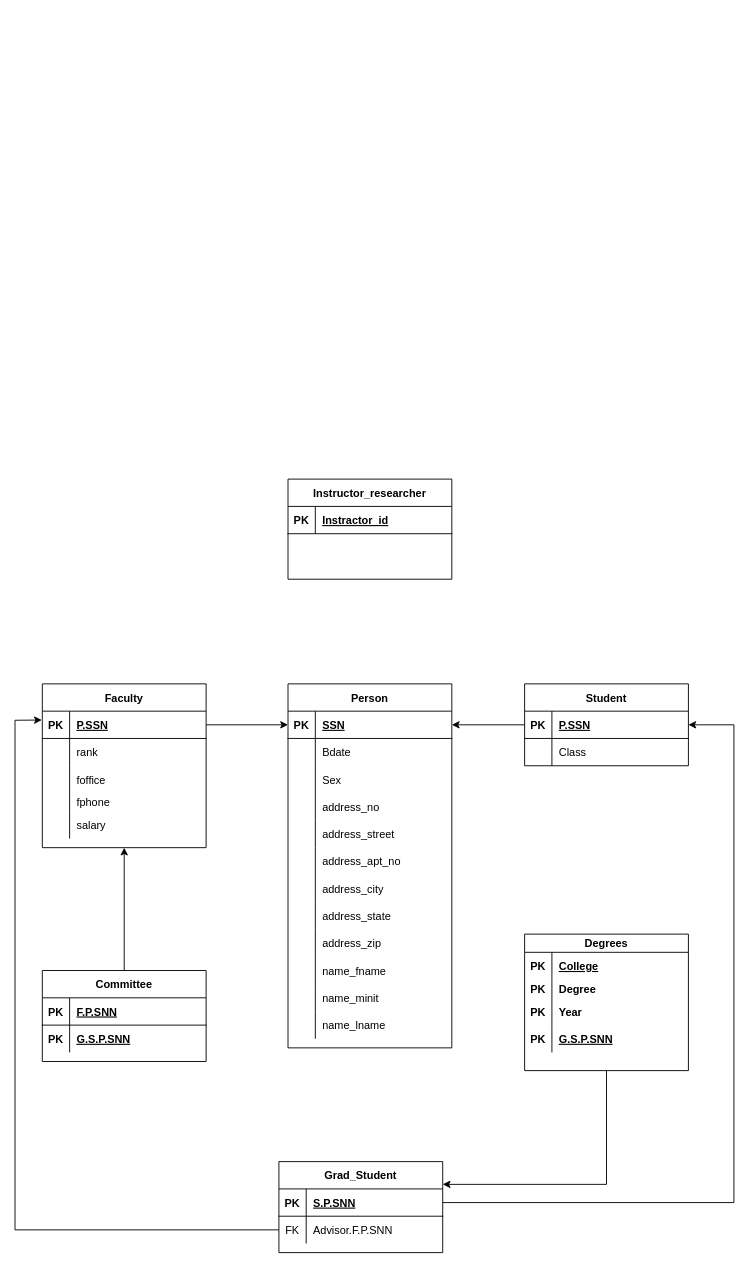
The draw.io diagram Untitled Diagram.drawio in maxwell882000/Diagram, before the edit. Source tidied: cells renumbered, new cells numbered last; positions are measured from the earlier drawing's top-left corner, leaving out a move shared by most shapes. Both pictures are drawn from the tidied source at 91%, with x=0, y=0 at pixel (15, 479).
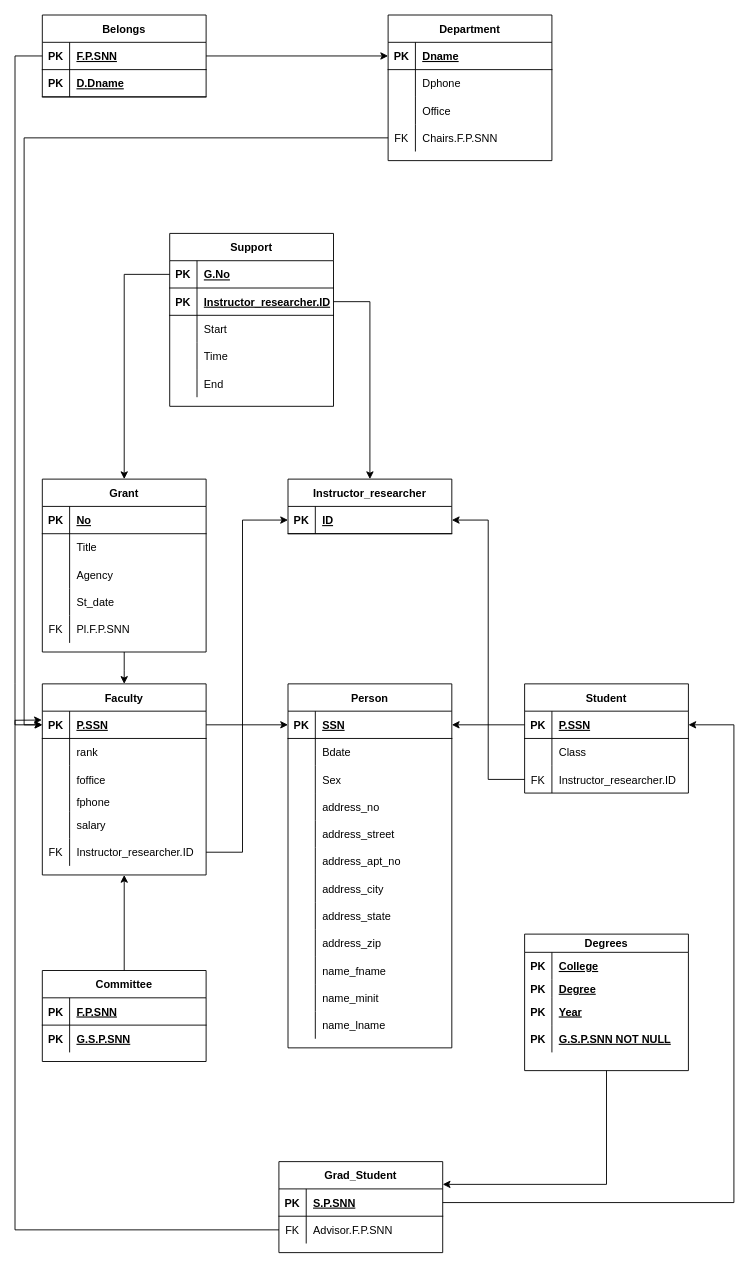
The same page after the edit.

The change refers to these unchanged cells:
```xml
<mxCell id="41" style="shape=tableRow;horizontal=0;startSize=0;swimlaneHead=0;swimlaneBody=0;fillColor=none;points=[[0,0.5],[1,0.5]];portConstraint=eastwest;top=0;left=0;right=0;bottom=1;" parent="40" vertex="1">
  <mxGeometry y="30" width="180" height="30" as="geometry" />
</mxCell>
<mxCell id="85" style="shape=tableRow;horizontal=0;startSize=0;swimlaneHead=0;swimlaneBody=0;fillColor=none;top=0;left=0;right=0;bottom=0;" parent="81" vertex="1">
  <mxGeometry y="50" width="180" height="20" as="geometry" />
</mxCell>
<mxCell id="88" style="shape=tableRow;horizontal=0;startSize=0;swimlaneHead=0;swimlaneBody=0;fillColor=none;top=0;left=0;right=0;bottom=0;" parent="81" vertex="1">
  <mxGeometry y="70" width="180" height="30" as="geometry" />
</mxCell>
<mxCell id="91" style="shape=tableRow;horizontal=0;startSize=0;swimlaneHead=0;swimlaneBody=0;fillColor=none;top=0;left=0;right=0;bottom=0;" parent="81" vertex="1">
  <mxGeometry y="100" width="180" height="30" as="geometry" />
</mxCell>
<mxCell id="96" style="shape=tableRow;horizontal=0;startSize=0;swimlaneHead=0;swimlaneBody=0;fillColor=none;points=[[0,0.5],[1,0.5]];portConstraint=eastwest;top=0;left=0;right=0;bottom=1;" parent="95" vertex="1">
  <mxGeometry y="30" width="180" height="30" as="geometry" />
</mxCell>
```

Change to the diagram source:
```diff
@@
     <mxCell id="40" value="Faculty" style="shape=table;startSize=30;childLayout=tableLayout;rowLines=0;fontStyle=1;align=center;" parent="1" vertex="1">
-      <mxGeometry x="30" y="225" width="180" height="180" as="geometry" />
+      <mxGeometry x="30" y="225" width="180" height="210" as="geometry" />
     </mxCell>
@@
+    <mxCell id="99" style="shape=tableRow;horizontal=0;startSize=0;swimlaneHead=0;swimlaneBody=0;fillColor=none;top=0;left=0;right=0;bottom=0;" parent="40" vertex="1">
+      <mxGeometry y="140" width="180" height="30" as="geometry" />
+    </mxCell>
+    <mxCell id="100" style="shape=partialRectangle;fillColor=none;top=0;left=0;bottom=0;right=0;overflow=hidden;" parent="99" vertex="1">
+      <mxGeometry width="30" height="30" as="geometry" />
+    </mxCell>
+    <mxCell id="101" value="salary" style="shape=partialRectangle;fillColor=none;top=0;left=0;bottom=0;right=0;align=left;spacingLeft=6;overflow=hidden;" parent="99" vertex="1">
+      <mxGeometry x="30" width="150" height="30" as="geometry" />
+    </mxCell>
     <mxCell id="53" style="shape=tableRow;horizontal=0;startSize=0;swimlaneHead=0;swimlaneBody=0;fillColor=none;points=[[0,0.5],[1,0.5]];portConstraint=eastwest;top=0;left=0;right=0;bottom=0;" parent="40" vertex="1">
-      <mxGeometry y="140" width="180" height="30" as="geometry" />
+      <mxGeometry y="170" width="180" height="30" as="geometry" />
     </mxCell>
-    <mxCell id="54" style="shape=partialRectangle;fillColor=none;top=0;left=0;bottom=0;right=0;overflow=hidden;" parent="53" vertex="1">
+    <mxCell id="54" value="FK" style="shape=partialRectangle;fillColor=none;top=0;left=0;bottom=0;right=0;overflow=hidden;" parent="53" vertex="1">
       <mxGeometry width="30" height="30" as="geometry" />
     </mxCell>
-    <mxCell id="55" value="salary" style="shape=partialRectangle;fillColor=none;top=0;left=0;bottom=0;right=0;align=left;spacingLeft=6;overflow=hidden;" parent="53" vertex="1">
+    <mxCell id="55" value="Instructor_researcher.ID" style="shape=partialRectangle;fillColor=none;top=0;left=0;bottom=0;right=0;align=left;spacingLeft=6;overflow=hidden;" parent="53" vertex="1">
       <mxGeometry x="30" width="150" height="30" as="geometry" />
     </mxCell>
     <mxCell id="56" value="Student" style="shape=table;startSize=30;childLayout=tableLayout;rowLines=0;fontStyle=1;align=center;" parent="1" vertex="1">
-      <mxGeometry x="560" y="225" width="180" height="90" as="geometry" />
+      <mxGeometry x="560" y="225" width="180" height="120" as="geometry" />
     </mxCell>
@@
+    <mxCell id="102" style="shape=tableRow;horizontal=0;startSize=0;swimlaneHead=0;swimlaneBody=0;fillColor=none;points=[[0,0.5],[1,0.5]];portConstraint=eastwest;top=0;left=0;right=0;bottom=0;" parent="56" vertex="1">
+      <mxGeometry y="90" width="180" height="30" as="geometry" />
+    </mxCell>
+    <mxCell id="103" value="FK" style="shape=partialRectangle;fillColor=none;top=0;left=0;bottom=0;right=0;overflow=hidden;" parent="102" vertex="1">
+      <mxGeometry width="30" height="30" as="geometry" />
+    </mxCell>
+    <mxCell id="104" value="Instructor_researcher.ID" style="shape=partialRectangle;fillColor=none;top=0;left=0;bottom=0;right=0;align=left;spacingLeft=6;overflow=hidden;" parent="102" vertex="1">
+      <mxGeometry x="30" width="150" height="30" as="geometry" />
+    </mxCell>
@@
-    <mxCell id="87" value="Degree" style="shape=partialRectangle;fillColor=none;top=0;left=0;bottom=0;right=0;align=left;spacingLeft=6;overflow=hidden;fontStyle=1;" parent="85" vertex="1">
+    <mxCell id="87" value="Degree" style="shape=partialRectangle;fillColor=none;top=0;left=0;bottom=0;right=0;align=left;spacingLeft=6;overflow=hidden;fontStyle=5;" parent="85" vertex="1">
       <mxGeometry x="30" width="150" height="20" as="geometry" />
     </mxCell>
@@
-    <mxCell id="90" value="Year" style="shape=partialRectangle;fillColor=none;top=0;left=0;bottom=0;right=0;align=left;spacingLeft=6;overflow=hidden;fontStyle=1;" parent="88" vertex="1">
+    <mxCell id="90" value="Year" style="shape=partialRectangle;fillColor=none;top=0;left=0;bottom=0;right=0;align=left;spacingLeft=6;overflow=hidden;fontStyle=5;" parent="88" vertex="1">
       <mxGeometry x="30" width="150" height="30" as="geometry" />
     </mxCell>
@@
-    <mxCell id="93" value="G.S.P.SNN" style="shape=partialRectangle;fillColor=none;top=0;left=0;bottom=0;right=0;align=left;spacingLeft=6;overflow=hidden;fontStyle=5;" parent="91" vertex="1">
+    <mxCell id="93" value="G.S.P.SNN NOT NULL" style="shape=partialRectangle;fillColor=none;top=0;left=0;bottom=0;right=0;align=left;spacingLeft=6;overflow=hidden;fontStyle=5;" parent="91" vertex="1">
       <mxGeometry x="30" width="150" height="30" as="geometry" />
     </mxCell>
@@
     <mxCell id="95" value="Instructor_researcher" style="shape=table;startSize=30;childLayout=tableLayout;rowLines=0;fontStyle=1;align=center;" parent="1" vertex="1">
-      <mxGeometry x="300" width="180" height="110" as="geometry" />
+      <mxGeometry x="300" width="180" height="60" as="geometry" />
     </mxCell>
@@
-    <mxCell id="98" value="Instractor_id" style="shape=partialRectangle;fillColor=none;top=0;left=0;bottom=0;right=0;align=left;spacingLeft=6;fontStyle=5;overflow=hidden;" parent="96" vertex="1">
+    <mxCell id="98" value="ID" style="shape=partialRectangle;fillColor=none;top=0;left=0;bottom=0;right=0;align=left;spacingLeft=6;fontStyle=5;overflow=hidden;" parent="96" vertex="1">
       <mxGeometry x="30" width="150" height="30" as="geometry" />
     </mxCell>
+    <mxCell id="105" style="endArrow=classic;html=1;rounded=0;exitX=1;exitY=0.5;exitDx=0;exitDy=0;entryX=0;entryY=0.5;entryDx=0;entryDy=0;" parent="1" edge="1" source="53" target="96">
+      <mxGeometry relative="1" as="geometry">
+        <Array as="points">
+          <mxPoint x="250" y="410" />
+          <mxPoint x="250" y="45" />
+        </Array>
+      </mxGeometry>
+    </mxCell>
+    <mxCell id="106" style="endArrow=classic;html=1;rounded=0;entryX=1;entryY=0.5;entryDx=0;entryDy=0;exitX=0;exitY=0.5;exitDx=0;exitDy=0;" parent="1" edge="1" source="102" target="96">
+      <mxGeometry relative="1" as="geometry">
+        <Array as="points">
+          <mxPoint x="520" y="330" />
+          <mxPoint x="520" y="45" />
+        </Array>
+      </mxGeometry>
+    </mxCell>
+    <mxCell id="107" value="Grant" style="shape=table;startSize=30;childLayout=tableLayout;rowLines=0;fontStyle=1;align=center;" parent="1" vertex="1">
+      <mxGeometry x="30" width="180" height="190" as="geometry" />
+    </mxCell>
+    <mxCell id="108" style="shape=tableRow;horizontal=0;startSize=0;swimlaneHead=0;swimlaneBody=0;fillColor=none;top=0;left=0;right=0;bottom=1;" parent="107" vertex="1">
+      <mxGeometry y="30" width="180" height="30" as="geometry" />
+    </mxCell>
+    <mxCell id="109" value="PK" style="shape=partialRectangle;fillColor=none;top=0;left=0;bottom=0;right=0;fontStyle=1;overflow=hidden;" parent="108" vertex="1">
+      <mxGeometry width="30" height="30" as="geometry" />
+    </mxCell>
+    <mxCell id="110" value="No" style="shape=partialRectangle;fillColor=none;top=0;left=0;bottom=0;right=0;align=left;spacingLeft=6;fontStyle=5;overflow=hidden;" parent="108" vertex="1">
+      <mxGeometry x="30" width="150" height="30" as="geometry" />
+    </mxCell>
+    <mxCell id="111" style="shape=tableRow;horizontal=0;startSize=0;swimlaneHead=0;swimlaneBody=0;fillColor=none;top=0;left=0;right=0;bottom=0;" parent="107" vertex="1">
+      <mxGeometry y="60" width="180" height="30" as="geometry" />
+    </mxCell>
+    <mxCell id="112" style="shape=partialRectangle;fillColor=none;top=0;left=0;bottom=0;right=0;overflow=hidden;" parent="111" vertex="1">
+      <mxGeometry width="30" height="30" as="geometry" />
+    </mxCell>
+    <mxCell id="113" value="Title" style="shape=partialRectangle;fillColor=none;top=0;left=0;bottom=0;right=0;align=left;spacingLeft=6;overflow=hidden;" parent="111" vertex="1">
+      <mxGeometry x="30" width="150" height="30" as="geometry" />
+    </mxCell>
+    <mxCell id="114" style="shape=tableRow;horizontal=0;startSize=0;swimlaneHead=0;swimlaneBody=0;fillColor=none;top=0;left=0;right=0;bottom=0;" parent="107" vertex="1">
+      <mxGeometry y="90" width="180" height="30" as="geometry" />
+    </mxCell>
+    <mxCell id="115" style="shape=partialRectangle;fillColor=none;top=0;left=0;bottom=0;right=0;overflow=hidden;" parent="114" vertex="1">
+      <mxGeometry width="30" height="30" as="geometry" />
+    </mxCell>
+    <mxCell id="116" value="Agency" style="shape=partialRectangle;fillColor=none;top=0;left=0;bottom=0;right=0;align=left;spacingLeft=6;overflow=hidden;" parent="114" vertex="1">
+      <mxGeometry x="30" width="150" height="30" as="geometry" />
+    </mxCell>
+    <mxCell id="117" style="shape=tableRow;horizontal=0;startSize=0;swimlaneHead=0;swimlaneBody=0;fillColor=none;top=0;left=0;right=0;bottom=0;" parent="107" vertex="1">
+      <mxGeometry y="120" width="180" height="30" as="geometry" />
+    </mxCell>
+    <mxCell id="118" style="shape=partialRectangle;fillColor=none;top=0;left=0;bottom=0;right=0;overflow=hidden;" parent="117" vertex="1">
+      <mxGeometry width="30" height="30" as="geometry" />
+    </mxCell>
+    <mxCell id="119" value="St_date" style="shape=partialRectangle;fillColor=none;top=0;left=0;bottom=0;right=0;align=left;spacingLeft=6;overflow=hidden;" parent="117" vertex="1">
+      <mxGeometry x="30" width="150" height="30" as="geometry" />
+    </mxCell>
+    <mxCell id="120" style="shape=tableRow;horizontal=0;startSize=0;swimlaneHead=0;swimlaneBody=0;fillColor=none;top=0;left=0;right=0;bottom=0;" parent="107" vertex="1">
+      <mxGeometry y="150" width="180" height="30" as="geometry" />
+    </mxCell>
+    <mxCell id="121" value="FK" style="shape=partialRectangle;fillColor=none;top=0;left=0;bottom=0;right=0;overflow=hidden;" parent="120" vertex="1">
+      <mxGeometry width="30" height="30" as="geometry" />
+    </mxCell>
+    <mxCell id="122" value="Pl.F.P.SNN" style="shape=partialRectangle;fillColor=none;top=0;left=0;bottom=0;right=0;align=left;spacingLeft=6;overflow=hidden;" parent="120" vertex="1">
+      <mxGeometry x="30" width="150" height="30" as="geometry" />
+    </mxCell>
+    <mxCell id="123" style="endArrow=classic;html=1;rounded=0;exitX=0.5;exitY=1;exitDx=0;exitDy=0;entryX=0.5;entryY=0;entryDx=0;entryDy=0;" parent="1" edge="1" source="107" target="40">
+      <mxGeometry relative="1" as="geometry">
+        <Array as="points">
+          <mxPoint x="120" y="210" />
+          <mxPoint x="120" y="220" />
+        </Array>
+      </mxGeometry>
+    </mxCell>
+    <mxCell id="124" value="Support" style="shape=table;startSize=30;childLayout=tableLayout;rowLines=0;fontStyle=1;align=center;" parent="1" vertex="1">
+      <mxGeometry x="170" y="-270" width="180" height="190" as="geometry" />
+    </mxCell>
+    <mxCell id="125" style="shape=tableRow;horizontal=0;startSize=0;swimlaneHead=0;swimlaneBody=0;fillColor=none;points=[[0,0.5],[1,0.5]];portConstraint=eastwest;top=0;left=0;right=0;bottom=1;" parent="124" vertex="1">
+      <mxGeometry y="30" width="180" height="30" as="geometry" />
+    </mxCell>
+    <mxCell id="126" value="PK" style="shape=partialRectangle;fillColor=none;top=0;left=0;bottom=0;right=0;fontStyle=1;overflow=hidden;" parent="125" vertex="1">
+      <mxGeometry width="30" height="30" as="geometry" />
+    </mxCell>
+    <mxCell id="127" value="G.No" style="shape=partialRectangle;fillColor=none;top=0;left=0;bottom=0;right=0;align=left;spacingLeft=6;fontStyle=5;overflow=hidden;" parent="125" vertex="1">
+      <mxGeometry x="30" width="150" height="30" as="geometry" />
+    </mxCell>
+    <mxCell id="128" style="shape=tableRow;horizontal=0;startSize=0;swimlaneHead=0;swimlaneBody=0;fillColor=none;points=[[0,0.5],[1,0.5]];portConstraint=eastwest;top=0;left=0;right=0;bottom=1;" parent="124" vertex="1">
+      <mxGeometry y="60" width="180" height="30" as="geometry" />
+    </mxCell>
+    <mxCell id="129" value="PK" style="shape=partialRectangle;fillColor=none;top=0;left=0;bottom=0;right=0;fontStyle=1;overflow=hidden;" parent="128" vertex="1">
+      <mxGeometry width="30" height="30" as="geometry" />
+    </mxCell>
+    <mxCell id="130" value="Instructor_researcher.ID" style="shape=partialRectangle;fillColor=none;top=0;left=0;bottom=0;right=0;align=left;spacingLeft=6;fontStyle=5;overflow=hidden;" parent="128" vertex="1">
+      <mxGeometry x="30" width="150" height="30" as="geometry" />
+    </mxCell>
+    <mxCell id="131" style="shape=tableRow;horizontal=0;startSize=0;swimlaneHead=0;swimlaneBody=0;fillColor=none;top=0;left=0;right=0;bottom=0;" parent="124" vertex="1">
+      <mxGeometry y="90" width="180" height="30" as="geometry" />
+    </mxCell>
+    <mxCell id="132" style="shape=partialRectangle;fillColor=none;top=0;left=0;bottom=0;right=0;overflow=hidden;" parent="131" vertex="1">
+      <mxGeometry width="30" height="30" as="geometry" />
+    </mxCell>
+    <mxCell id="133" value="Start" style="shape=partialRectangle;fillColor=none;top=0;left=0;bottom=0;right=0;align=left;spacingLeft=6;overflow=hidden;" parent="131" vertex="1">
+      <mxGeometry x="30" width="150" height="30" as="geometry" />
+    </mxCell>
+    <mxCell id="134" style="shape=tableRow;horizontal=0;startSize=0;swimlaneHead=0;swimlaneBody=0;fillColor=none;top=0;left=0;right=0;bottom=0;" parent="124" vertex="1">
+      <mxGeometry y="120" width="180" height="30" as="geometry" />
+    </mxCell>
+    <mxCell id="135" style="shape=partialRectangle;fillColor=none;top=0;left=0;bottom=0;right=0;overflow=hidden;" parent="134" vertex="1">
+      <mxGeometry width="30" height="30" as="geometry" />
+    </mxCell>
+    <mxCell id="136" value="Time" style="shape=partialRectangle;fillColor=none;top=0;left=0;bottom=0;right=0;align=left;spacingLeft=6;overflow=hidden;" parent="134" vertex="1">
+      <mxGeometry x="30" width="150" height="30" as="geometry" />
+    </mxCell>
+    <mxCell id="137" style="shape=tableRow;horizontal=0;startSize=0;swimlaneHead=0;swimlaneBody=0;fillColor=none;top=0;left=0;right=0;bottom=0;" parent="124" vertex="1">
+      <mxGeometry y="150" width="180" height="30" as="geometry" />
+    </mxCell>
+    <mxCell id="138" style="shape=partialRectangle;fillColor=none;top=0;left=0;bottom=0;right=0;overflow=hidden;" parent="137" vertex="1">
+      <mxGeometry width="30" height="30" as="geometry" />
+    </mxCell>
+    <mxCell id="139" value="End" style="shape=partialRectangle;fillColor=none;top=0;left=0;bottom=0;right=0;align=left;spacingLeft=6;overflow=hidden;" parent="137" vertex="1">
+      <mxGeometry x="30" width="150" height="30" as="geometry" />
+    </mxCell>
+    <mxCell id="140" style="endArrow=classic;html=1;rounded=0;exitX=0;exitY=0.5;exitDx=0;exitDy=0;entryX=0.5;entryY=0;entryDx=0;entryDy=0;" parent="1" edge="1" source="125" target="107">
+      <mxGeometry relative="1" as="geometry">
+        <Array as="points">
+          <mxPoint x="120" y="-225" />
+        </Array>
+      </mxGeometry>
+    </mxCell>
+    <mxCell id="141" style="endArrow=classic;html=1;rounded=0;exitX=1;exitY=0.5;exitDx=0;exitDy=0;entryX=0.5;entryY=0;entryDx=0;entryDy=0;" parent="1" edge="1" source="128" target="95">
+      <mxGeometry relative="1" as="geometry">
+        <Array as="points">
+          <mxPoint x="390" y="-195" />
+        </Array>
+      </mxGeometry>
+    </mxCell>
+    <mxCell id="142" value="Belongs" style="shape=table;startSize=30;childLayout=tableLayout;rowLines=0;fontStyle=1;align=center;" parent="1" vertex="1">
+      <mxGeometry x="30" y="-510" width="180" height="90" as="geometry" />
+    </mxCell>
+    <mxCell id="143" style="shape=tableRow;horizontal=0;startSize=0;swimlaneHead=0;swimlaneBody=0;fillColor=none;points=[[0,0.5],[1,0.5]];portConstraint=eastwest;top=0;left=0;right=0;bottom=1;" parent="142" vertex="1">
+      <mxGeometry y="30" width="180" height="30" as="geometry" />
+    </mxCell>
+    <mxCell id="144" value="PK" style="shape=partialRectangle;fillColor=none;top=0;left=0;bottom=0;right=0;fontStyle=1;overflow=hidden;" parent="143" vertex="1">
+      <mxGeometry width="30" height="30" as="geometry" />
+    </mxCell>
+    <mxCell id="145" value="F.P.SNN" style="shape=partialRectangle;fillColor=none;top=0;left=0;bottom=0;right=0;align=left;spacingLeft=6;fontStyle=5;overflow=hidden;" parent="143" vertex="1">
+      <mxGeometry x="30" width="150" height="30" as="geometry" />
+    </mxCell>
+    <mxCell id="146" style="shape=tableRow;horizontal=0;startSize=0;swimlaneHead=0;swimlaneBody=0;fillColor=none;top=0;left=0;right=0;bottom=1;" parent="142" vertex="1">
+      <mxGeometry y="60" width="180" height="30" as="geometry" />
+    </mxCell>
+    <mxCell id="147" value="PK" style="shape=partialRectangle;fillColor=none;top=0;left=0;bottom=0;right=0;fontStyle=1;overflow=hidden;" parent="146" vertex="1">
+      <mxGeometry width="30" height="30" as="geometry" />
+    </mxCell>
+    <mxCell id="148" value="D.Dname" style="shape=partialRectangle;fillColor=none;top=0;left=0;bottom=0;right=0;align=left;spacingLeft=6;fontStyle=5;overflow=hidden;" parent="146" vertex="1">
+      <mxGeometry x="30" width="150" height="30" as="geometry" />
+    </mxCell>
+    <mxCell id="149" style="endArrow=classic;html=1;rounded=0;entryX=0;entryY=0.5;entryDx=0;entryDy=0;exitX=0;exitY=0.5;exitDx=0;exitDy=0;" parent="1" edge="1" source="143" target="41">
+      <mxGeometry relative="1" as="geometry">
+        <Array as="points">
+          <mxPoint y="-465" />
+          <mxPoint y="225" />
+          <mxPoint y="270" />
+        </Array>
+      </mxGeometry>
+    </mxCell>
+    <mxCell id="150" value="Department" style="shape=table;startSize=30;childLayout=tableLayout;rowLines=0;fontStyle=1;align=center;" parent="1" vertex="1">
+      <mxGeometry x="410" y="-510" width="180" height="160" as="geometry" />
+    </mxCell>
+    <mxCell id="151" style="shape=tableRow;horizontal=0;startSize=0;swimlaneHead=0;swimlaneBody=0;fillColor=none;points=[[0,0.5],[1,0.5]];portConstraint=eastwest;top=0;left=0;right=0;bottom=1;" parent="150" vertex="1">
+      <mxGeometry y="30" width="180" height="30" as="geometry" />
+    </mxCell>
+    <mxCell id="152" value="PK" style="shape=partialRectangle;fillColor=none;top=0;left=0;bottom=0;right=0;fontStyle=1;overflow=hidden;" parent="151" vertex="1">
+      <mxGeometry width="30" height="30" as="geometry" />
+    </mxCell>
+    <mxCell id="153" value="Dname" style="shape=partialRectangle;fillColor=none;top=0;left=0;bottom=0;right=0;align=left;spacingLeft=6;fontStyle=5;overflow=hidden;" parent="151" vertex="1">
+      <mxGeometry x="30" width="150" height="30" as="geometry" />
+    </mxCell>
+    <mxCell id="154" style="shape=tableRow;horizontal=0;startSize=0;swimlaneHead=0;swimlaneBody=0;fillColor=none;top=0;left=0;right=0;bottom=0;" parent="150" vertex="1">
+      <mxGeometry y="60" width="180" height="30" as="geometry" />
+    </mxCell>
+    <mxCell id="155" style="shape=partialRectangle;fillColor=none;top=0;left=0;bottom=0;right=0;overflow=hidden;" parent="154" vertex="1">
+      <mxGeometry width="30" height="30" as="geometry" />
+    </mxCell>
+    <mxCell id="156" value="Dphone" style="shape=partialRectangle;fillColor=none;top=0;left=0;bottom=0;right=0;align=left;spacingLeft=6;overflow=hidden;" parent="154" vertex="1">
+      <mxGeometry x="30" width="150" height="30" as="geometry" />
+    </mxCell>
+    <mxCell id="157" style="shape=tableRow;horizontal=0;startSize=0;swimlaneHead=0;swimlaneBody=0;fillColor=none;top=0;left=0;right=0;bottom=0;" parent="150" vertex="1">
+      <mxGeometry y="90" width="180" height="30" as="geometry" />
+    </mxCell>
+    <mxCell id="158" style="shape=partialRectangle;fillColor=none;top=0;left=0;bottom=0;right=0;overflow=hidden;" parent="157" vertex="1">
+      <mxGeometry width="30" height="30" as="geometry" />
+    </mxCell>
+    <mxCell id="159" value="Office" style="shape=partialRectangle;fillColor=none;top=0;left=0;bottom=0;right=0;align=left;spacingLeft=6;overflow=hidden;" parent="157" vertex="1">
+      <mxGeometry x="30" width="150" height="30" as="geometry" />
+    </mxCell>
+    <mxCell id="160" style="shape=tableRow;horizontal=0;startSize=0;swimlaneHead=0;swimlaneBody=0;fillColor=none;points=[[0,0.5],[1,0.5]];portConstraint=eastwest;top=0;left=0;right=0;bottom=0;" parent="150" vertex="1">
+      <mxGeometry y="120" width="180" height="30" as="geometry" />
+    </mxCell>
+    <mxCell id="161" value="FK" style="shape=partialRectangle;fillColor=none;top=0;left=0;bottom=0;right=0;overflow=hidden;" parent="160" vertex="1">
+      <mxGeometry width="30" height="30" as="geometry" />
+    </mxCell>
+    <mxCell id="162" value="Chairs.F.P.SNN" style="shape=partialRectangle;fillColor=none;top=0;left=0;bottom=0;right=0;align=left;spacingLeft=6;overflow=hidden;" parent="160" vertex="1">
+      <mxGeometry x="30" width="150" height="30" as="geometry" />
+    </mxCell>
+    <mxCell id="163" style="endArrow=classic;html=1;rounded=0;exitX=0;exitY=0.5;exitDx=0;exitDy=0;entryX=0;entryY=0.5;entryDx=0;entryDy=0;" parent="1" edge="1" source="160" target="41">
+      <mxGeometry relative="1" as="geometry">
+        <Array as="points">
+          <mxPoint x="10" y="-375" />
+          <mxPoint x="10" y="270" />
+        </Array>
+      </mxGeometry>
+    </mxCell>
+    <mxCell id="164" style="endArrow=classic;html=1;rounded=0;exitX=1;exitY=0.5;exitDx=0;exitDy=0;entryX=0;entryY=0.5;entryDx=0;entryDy=0;" parent="1" edge="1" source="143" target="151">
+      <mxGeometry relative="1" as="geometry" />
+    </mxCell>
```
